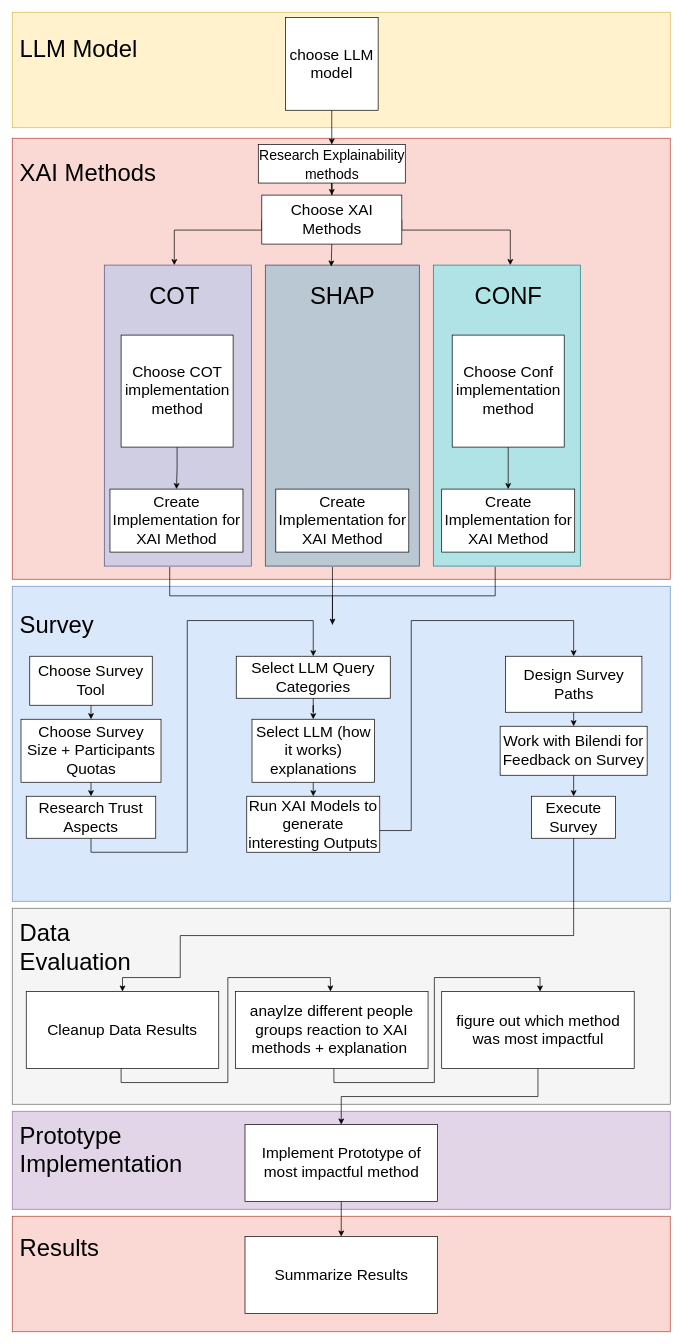
The draw.io diagram diagrams/BA_methods.drawio in rieselin/BA_XAI_for_LLMs, before the edit. Source tidied: cells renumbered, new cells numbered last; positions are measured from the earlier drawing's top-left corner, leaving out a move shared by most shapes. Both pictures are drawn from the tidied source at 70%, with x=0, y=0 at pixel (12, 12).
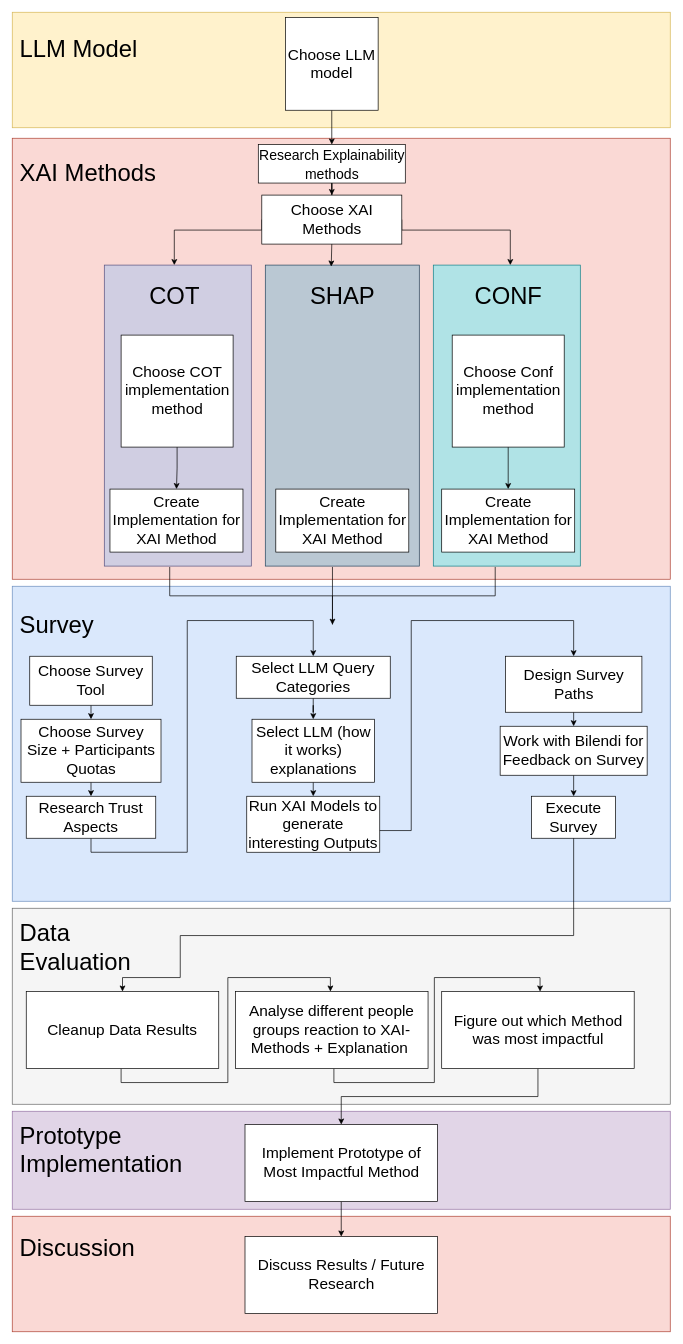
The same page after the edit.

Change to the diagram source:
```diff
@@
-    <mxCell id="13" value="&lt;span style=&quot;font-size: 34px;&quot;&gt;Results&lt;/span&gt;" style="text;html=1;whiteSpace=wrap;strokeColor=none;fillColor=none;align=left;verticalAlign=middle;rounded=0;" parent="1" vertex="1">
+    <mxCell id="13" value="&lt;span style=&quot;font-size: 34px;&quot;&gt;Discussion&lt;/span&gt;" style="text;html=1;whiteSpace=wrap;strokeColor=none;fillColor=none;align=left;verticalAlign=middle;rounded=0;" parent="1" vertex="1">
       <mxGeometry x="9.1" y="1720" width="220" height="90" as="geometry" />
     </mxCell>
@@
-    <mxCell id="17" value="choose LLM model" style="whiteSpace=wrap;html=1;fontSize=22;imageAspect=0;" parent="1" vertex="1">
+    <mxCell id="17" value="Choose LLM model" style="whiteSpace=wrap;html=1;fontSize=22;imageAspect=0;" parent="1" vertex="1">
       <mxGeometry x="390.2" y="7.5" width="132.5" height="132.5" as="geometry" />
     </mxCell>
@@
-    <mxCell id="54" value="&lt;font style=&quot;font-size: 22px;&quot;&gt;anaylze different people groups reaction to XAI methods + explanation&amp;nbsp;&lt;/font&gt;" style="rounded=0;whiteSpace=wrap;html=1;" parent="1" vertex="1">
+    <mxCell id="54" value="&lt;font style=&quot;font-size: 22px;&quot;&gt;Analyse different people groups reaction to XAI-Methods + Explanation&amp;nbsp;&lt;/font&gt;" style="rounded=0;whiteSpace=wrap;html=1;" parent="1" vertex="1">
       <mxGeometry x="319" y="1399" width="275" height="110" as="geometry" />
     </mxCell>
@@
-    <mxCell id="56" value="&lt;font style=&quot;font-size: 22px;&quot;&gt;figure out which method was most impactful&lt;/font&gt;" style="rounded=0;whiteSpace=wrap;html=1;" parent="1" vertex="1">
+    <mxCell id="56" value="&lt;font style=&quot;font-size: 22px;&quot;&gt;Figure out which Method was most impactful&lt;/font&gt;" style="rounded=0;whiteSpace=wrap;html=1;" parent="1" vertex="1">
       <mxGeometry x="613.5" y="1399" width="275" height="110" as="geometry" />
     </mxCell>
@@
-    <mxCell id="58" value="&lt;font style=&quot;font-size: 22px;&quot;&gt;Implement Prototype of most impactful method&lt;/font&gt;" style="rounded=0;whiteSpace=wrap;html=1;" parent="1" vertex="1">
+    <mxCell id="58" value="&lt;font style=&quot;font-size: 22px;&quot;&gt;Implement Prototype of Most Impactful Method&lt;/font&gt;" style="rounded=0;whiteSpace=wrap;html=1;" parent="1" vertex="1">
       <mxGeometry x="332.5" y="1589" width="275" height="110" as="geometry" />
     </mxCell>
-    <mxCell id="59" value="&lt;font style=&quot;font-size: 22px;&quot;&gt;Summarize Results&lt;/font&gt;" style="rounded=0;whiteSpace=wrap;html=1;" parent="1" vertex="1">
+    <mxCell id="59" value="&lt;font style=&quot;font-size: 22px;&quot;&gt;Discuss Results / Future Research&lt;/font&gt;" style="rounded=0;whiteSpace=wrap;html=1;" parent="1" vertex="1">
       <mxGeometry x="332.5" y="1749" width="275" height="110" as="geometry" />
     </mxCell>
```
